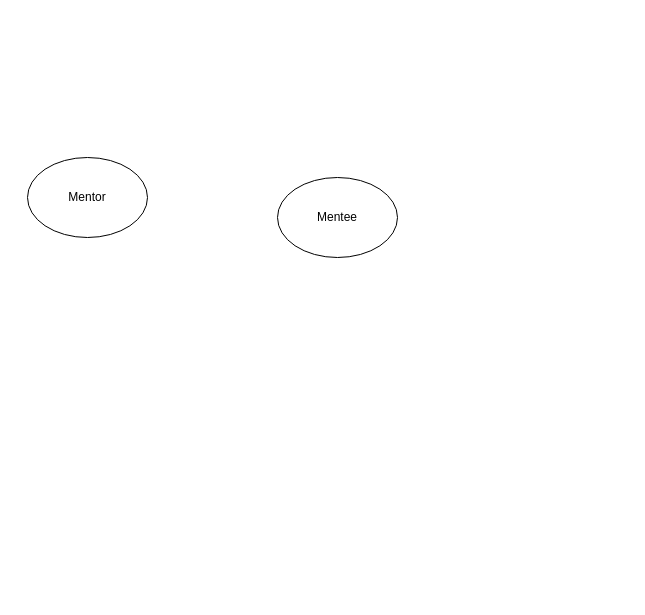
This is page "Domain Model" (1 of 6) of cloudskwela2021/drawings.drawio from marilag/talks, a draw.io file, before an edit. Source tidied: cells renumbered, new cells numbered last; positions are measured from the earlier drawing's top-left corner, leaving out a move shared by most shapes. Both pictures are drawn from the tidied source at 100%, with x=0, y=0 at pixel (27, 157).
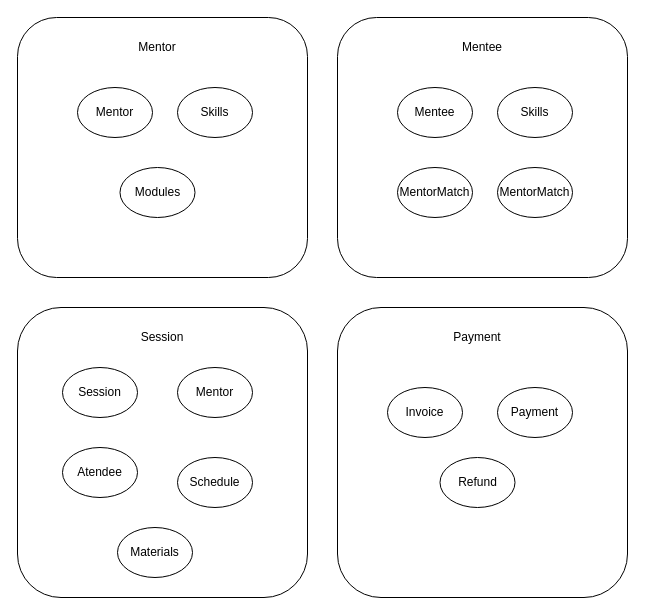
The same diagram, later.

What changed in the source:
```diff
@@
+    <mxCell id="4" style="rounded=1;whiteSpace=wrap;html=1;" parent="1" vertex="1">
+      <mxGeometry x="-10" y="150" width="290" height="290" as="geometry" />
+    </mxCell>
+    <mxCell id="5" style="rounded=1;whiteSpace=wrap;html=1;" parent="1" vertex="1">
+      <mxGeometry x="310" y="-140" width="290" height="260" as="geometry" />
+    </mxCell>
+    <mxCell id="6" style="rounded=1;whiteSpace=wrap;html=1;" parent="1" vertex="1">
+      <mxGeometry x="-10" y="-140" width="290" height="260" as="geometry" />
+    </mxCell>
     <mxCell id="2" value="Mentor" style="ellipse;whiteSpace=wrap;html=1;" parent="1" vertex="1">
-      <mxGeometry width="120" height="80" as="geometry" />
+      <mxGeometry x="50" y="-70" width="75" height="50" as="geometry" />
     </mxCell>
     <mxCell id="3" value="Mentee" style="ellipse;whiteSpace=wrap;html=1;" parent="1" vertex="1">
-      <mxGeometry x="250" y="20" width="120" height="80" as="geometry" />
+      <mxGeometry x="370" y="-70" width="75" height="50" as="geometry" />
     </mxCell>
+    <mxCell id="7" value="Mentor" style="text;html=1;strokeColor=none;fillColor=none;align=center;verticalAlign=middle;whiteSpace=wrap;rounded=0;" parent="1" vertex="1">
+      <mxGeometry x="110" y="-120" width="40" height="20" as="geometry" />
+    </mxCell>
+    <mxCell id="8" value="Mentee" style="text;html=1;strokeColor=none;fillColor=none;align=center;verticalAlign=middle;whiteSpace=wrap;rounded=0;" parent="1" vertex="1">
+      <mxGeometry x="435" y="-120" width="40" height="20" as="geometry" />
+    </mxCell>
+    <mxCell id="9" value="Session" style="text;html=1;strokeColor=none;fillColor=none;align=center;verticalAlign=middle;whiteSpace=wrap;rounded=0;" parent="1" vertex="1">
+      <mxGeometry x="115" y="170" width="40" height="20" as="geometry" />
+    </mxCell>
+    <mxCell id="10" value="Skills" style="ellipse;whiteSpace=wrap;html=1;" parent="1" vertex="1">
+      <mxGeometry x="150" y="-70" width="75" height="50" as="geometry" />
+    </mxCell>
+    <mxCell id="11" value="Skills" style="ellipse;whiteSpace=wrap;html=1;" parent="1" vertex="1">
+      <mxGeometry x="470" y="-70" width="75" height="50" as="geometry" />
+    </mxCell>
+    <mxCell id="12" value="MentorMatch" style="ellipse;whiteSpace=wrap;html=1;" parent="1" vertex="1">
+      <mxGeometry x="370" y="10" width="75" height="50" as="geometry" />
+    </mxCell>
+    <mxCell id="13" value="MentorMatch" style="ellipse;whiteSpace=wrap;html=1;" parent="1" vertex="1">
+      <mxGeometry x="470" y="10" width="75" height="50" as="geometry" />
+    </mxCell>
+    <mxCell id="14" value="Modules" style="ellipse;whiteSpace=wrap;html=1;" parent="1" vertex="1">
+      <mxGeometry x="92.5" y="10" width="75" height="50" as="geometry" />
+    </mxCell>
+    <mxCell id="15" value="Session" style="ellipse;whiteSpace=wrap;html=1;" parent="1" vertex="1">
+      <mxGeometry x="35" y="210" width="75" height="50" as="geometry" />
+    </mxCell>
+    <mxCell id="16" value="Mentor" style="ellipse;whiteSpace=wrap;html=1;" parent="1" vertex="1">
+      <mxGeometry x="150" y="210" width="75" height="50" as="geometry" />
+    </mxCell>
+    <mxCell id="17" value="Atendee" style="ellipse;whiteSpace=wrap;html=1;" parent="1" vertex="1">
+      <mxGeometry x="35" y="290" width="75" height="50" as="geometry" />
+    </mxCell>
+    <mxCell id="18" value="Schedule" style="ellipse;whiteSpace=wrap;html=1;" parent="1" vertex="1">
+      <mxGeometry x="150" y="300" width="75" height="50" as="geometry" />
+    </mxCell>
+    <mxCell id="19" value="Materials" style="ellipse;whiteSpace=wrap;html=1;" parent="1" vertex="1">
+      <mxGeometry x="90" y="370" width="75" height="50" as="geometry" />
+    </mxCell>
+    <mxCell id="20" style="rounded=1;whiteSpace=wrap;html=1;" parent="1" vertex="1">
+      <mxGeometry x="310" y="150" width="290" height="290" as="geometry" />
+    </mxCell>
+    <mxCell id="21" value="Payment" style="text;html=1;strokeColor=none;fillColor=none;align=center;verticalAlign=middle;whiteSpace=wrap;rounded=0;" parent="1" vertex="1">
+      <mxGeometry x="430" y="170" width="40" height="20" as="geometry" />
+    </mxCell>
+    <mxCell id="22" value="Invoice" style="ellipse;whiteSpace=wrap;html=1;" parent="1" vertex="1">
+      <mxGeometry x="360" y="230" width="75" height="50" as="geometry" />
+    </mxCell>
+    <mxCell id="23" value="Payment" style="ellipse;whiteSpace=wrap;html=1;" parent="1" vertex="1">
+      <mxGeometry x="470" y="230" width="75" height="50" as="geometry" />
+    </mxCell>
+    <mxCell id="24" value="Refund" style="ellipse;whiteSpace=wrap;html=1;" parent="1" vertex="1">
+      <mxGeometry x="412.5" y="300" width="75" height="50" as="geometry" />
+    </mxCell>
```
